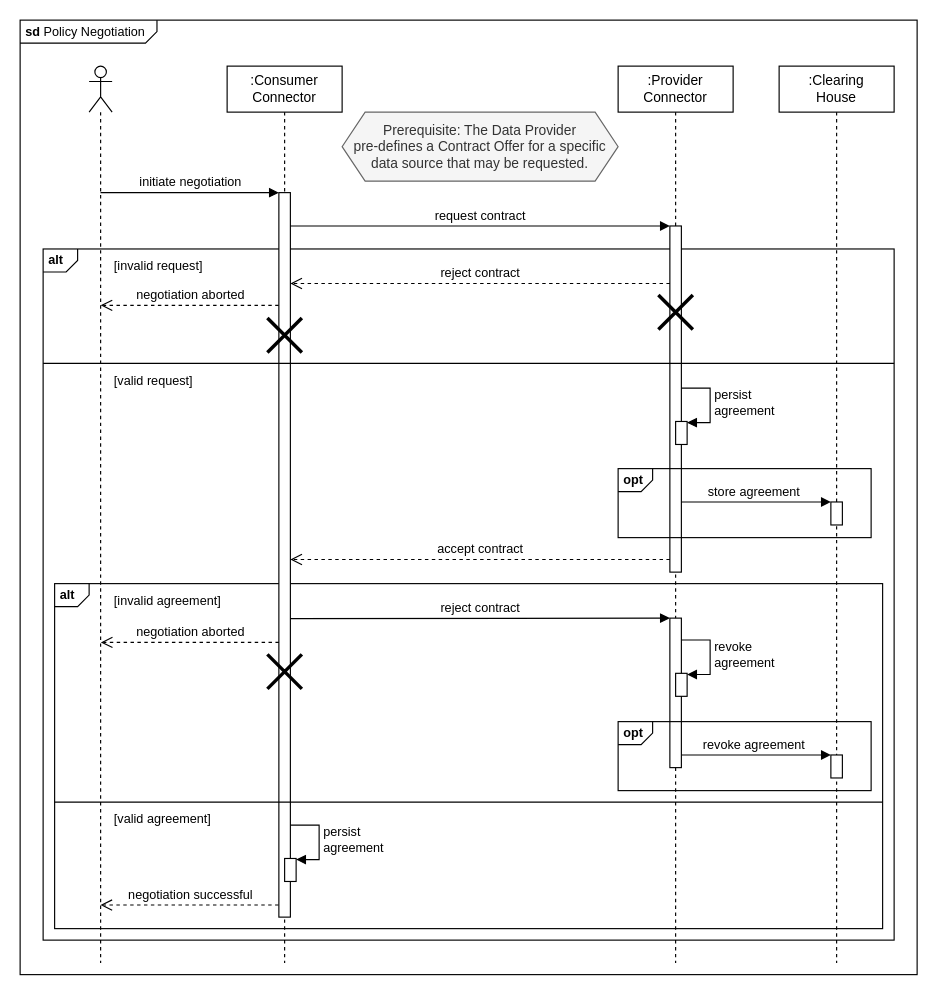
The draw.io diagram documentation/3_Layers_of_the_Reference_Architecture_Model/3_3_Process_Layer/media/policy-negotiation-sequence-1.drawio in International-Data-Spaces-Association/IDS-RAM_4_0, before the edit. Source tidied: cells renumbered, new cells numbered last; positions are measured from the earlier drawing's top-left corner, leaving out a move shared by most shapes. Both pictures are drawn from the tidied source at 115%, with x=0, y=0 at pixel (20, 20).
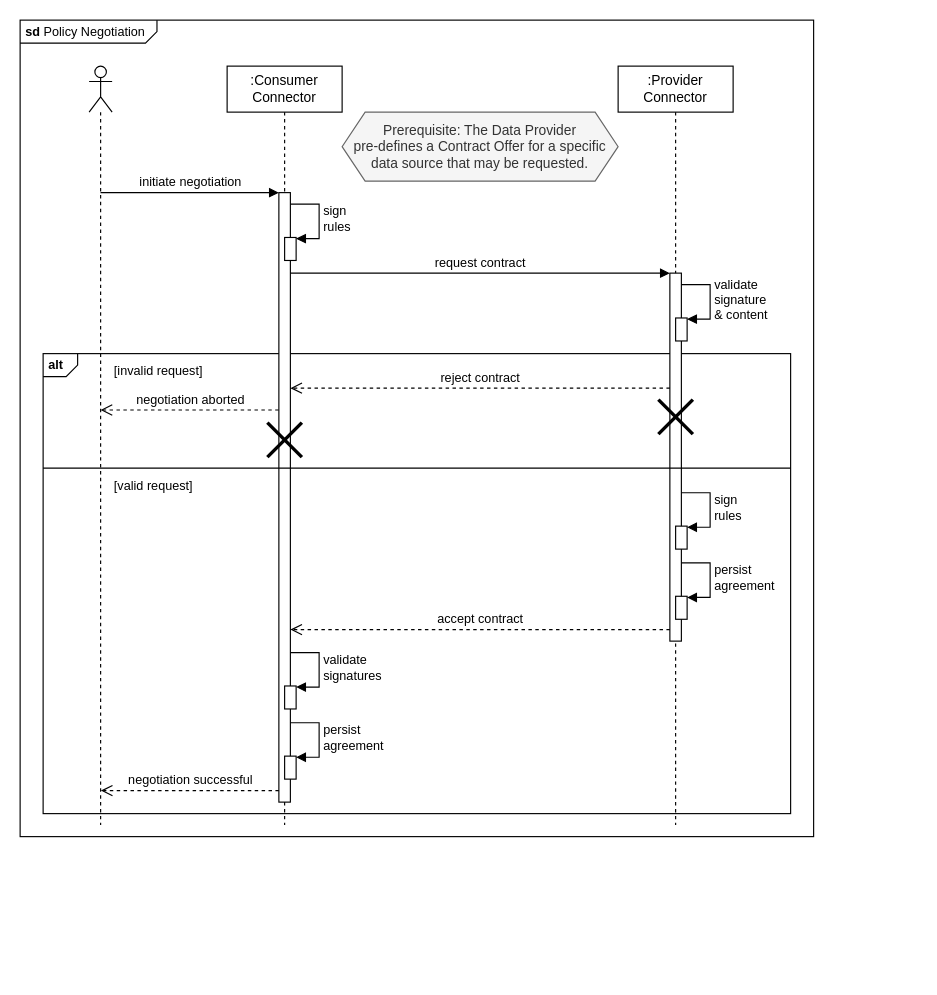
The same page after the edit.

Commit message (it also covers changes not shown here):
chore: update sequence diagrams

Diff of the diagram source:
```diff
@@
     <mxCell id="2" value="&lt;p style=&quot;margin: 0px ; margin-top: 4px ; margin-left: 5px ; text-align: left&quot;&gt;&lt;b&gt;sd&lt;/b&gt;  Policy Negotiation&lt;/p&gt;" style="html=1;shape=mxgraph.sysml.package;overflow=fill;labelX=119.69;align=left;spacingLeft=5;verticalAlign=top;spacingTop=-3;fontSize=11;fillColor=none;" parent="1" vertex="1">
-      <mxGeometry width="780" height="830" as="geometry" />
+      <mxGeometry width="690" height="710" as="geometry" />
     </mxCell>
-    <mxCell id="3" value=":Clearing&lt;br&gt;House" style="shape=umlLifeline;perimeter=lifelinePerimeter;whiteSpace=wrap;html=1;" parent="1" vertex="1">
-      <mxGeometry x="660" y="40" width="100" height="780" as="geometry" />
-    </mxCell>
-    <mxCell id="4" style="html=1;perimeter=orthogonalPerimeter;fontSize=11;fillColor=#FFFFFF;gradientColor=none;" parent="3" vertex="1">
-      <mxGeometry x="45" y="379" width="10" height="20" as="geometry" />
-    </mxCell>
-    <mxCell id="5" value="store agreement" style="html=1;verticalAlign=bottom;endArrow=block;entryX=0;entryY=0;rounded=0;fontSize=11;" parent="1" edge="1">
-      <mxGeometry relative="1" as="geometry">
-        <mxPoint x="569.9" y="419" as="sourcePoint" />
-        <mxPoint x="705" y="419" as="targetPoint" />
-      </mxGeometry>
-    </mxCell>
     <mxCell id="6" value="&lt;p style=&quot;margin: 4px 0px 0px 5px ; text-align: left ; font-size: 11px&quot;&gt;&lt;b&gt;alt&amp;nbsp;&lt;/b&gt;&lt;/p&gt;" style="html=1;shape=mxgraph.sysml.package;overflow=fill;labelX=30.42;align=left;spacingLeft=5;verticalAlign=top;spacingTop=-3;gradientColor=none;fillColor=none;fontSize=11;" parent="1" vertex="1">
-      <mxGeometry x="20" y="199" width="740" height="601" as="geometry" />
+      <mxGeometry x="20" y="290" width="650" height="400" as="geometry" />
     </mxCell>
     <mxCell id="7" style="shape=umlLifeline;participant=umlActor;perimeter=lifelinePerimeter;whiteSpace=wrap;html=1;verticalAlign=top;spacingTop=36;" parent="1" vertex="1">
-      <mxGeometry x="60" y="40" width="20" height="780" as="geometry" />
+      <mxGeometry x="60" y="40" width="20" height="660" as="geometry" />
     </mxCell>
     <mxCell id="8" value=":Consumer&lt;br&gt;Connector" style="shape=umlLifeline;perimeter=lifelinePerimeter;whiteSpace=wrap;html=1;" parent="1" vertex="1">
-      <mxGeometry x="180" y="40" width="100" height="780" as="geometry" />
+      <mxGeometry x="180" y="40" width="100" height="660" as="geometry" />
     </mxCell>
-    <mxCell id="9" value="&lt;p style=&quot;margin: 4px 0px 0px 5px ; text-align: left ; font-size: 11px&quot;&gt;&lt;b&gt;alt&amp;nbsp;&lt;/b&gt;&lt;br&gt;&lt;/p&gt;" style="html=1;shape=mxgraph.sysml.package;overflow=fill;labelX=30.42;align=left;spacingLeft=5;verticalAlign=top;spacingTop=-3;gradientColor=none;fillColor=none;fontSize=11;" parent="8" vertex="1">
-      <mxGeometry x="-150" y="450" width="720" height="300" as="geometry" />
-    </mxCell>
     <mxCell id="10" style="html=1;points=[];perimeter=orthogonalPerimeter;" parent="8" vertex="1">
-      <mxGeometry x="45" y="110" width="10" height="630" as="geometry" />
+      <mxGeometry x="45" y="110" width="10" height="530" as="geometry" />
     </mxCell>
-    <mxCell id="11" style="shape=umlDestroy;whiteSpace=wrap;html=1;strokeWidth=3;fontSize=11;fillColor=#FFFFFF;gradientColor=none;" parent="8" vertex="1">
-      <mxGeometry x="35" y="511.5" width="30" height="30" as="geometry" />
-    </mxCell>
-    <mxCell id="12" value="negotiation aborted" style="html=1;verticalAlign=bottom;endArrow=open;dashed=1;endSize=8;rounded=0;exitX=-0.031;exitY=0.975;exitDx=0;exitDy=0;exitPerimeter=0;" parent="8" edge="1">
-      <mxGeometry relative="1" as="geometry">
-        <mxPoint x="45" y="501.1" as="sourcePoint" />
-        <mxPoint x="-109.8" y="501.1" as="targetPoint" />
-      </mxGeometry>
-    </mxCell>
-    <mxCell id="13" style="endArrow=none;html=1;rounded=0;exitX=0;exitY=0.5;exitDx=0;exitDy=0;exitPerimeter=0;entryX=1;entryY=0.5;entryDx=0;entryDy=0;entryPerimeter=0;" parent="8" edge="1">
-      <mxGeometry relative="1" as="geometry">
-        <mxPoint x="-150" y="640" as="sourcePoint" />
-        <mxPoint x="570" y="640" as="targetPoint" />
-      </mxGeometry>
-    </mxCell>
-    <mxCell id="14" value="&lt;font style=&quot;font-size: 11px&quot;&gt;[invalid agreement]&lt;/font&gt;" style="text;html=1;strokeColor=none;fillColor=none;align=left;verticalAlign=middle;whiteSpace=wrap;rounded=0;fontSize=11;" parent="8" vertex="1">
-      <mxGeometry x="-100" y="450" width="100" height="30" as="geometry" />
-    </mxCell>
-    <mxCell id="15" style="html=1;perimeter=orthogonalPerimeter;fontSize=11;fillColor=#FFFFFF;gradientColor=none;" parent="8" vertex="1">
-      <mxGeometry x="50" y="689" width="10" height="20" as="geometry" />
-    </mxCell>
-    <mxCell id="16" value="persist&lt;br&gt;agreement" style="edgeStyle=orthogonalEdgeStyle;html=1;align=left;spacingLeft=2;endArrow=block;rounded=0;entryX=1;entryY=0;fontSize=11;" parent="8" edge="1">
-      <mxGeometry relative="1" as="geometry">
-        <mxPoint x="55" y="660" as="sourcePoint" />
-        <mxPoint x="60" y="690" as="targetPoint" />
-        <Array as="points">
-          <mxPoint x="80" y="660" />
-        </Array>
-      </mxGeometry>
-    </mxCell>
+    <mxCell id="42" style="html=1;perimeter=orthogonalPerimeter;fontSize=11;fillColor=#FFFFFF;gradientColor=none;" parent="8" vertex="1">
+      <mxGeometry x="50" y="149" width="10" height="20" as="geometry" />
+    </mxCell>
+    <mxCell id="43" value="sign&lt;br&gt;rules" style="edgeStyle=orthogonalEdgeStyle;html=1;align=left;spacingLeft=2;endArrow=block;rounded=0;entryX=1;entryY=0;fontSize=11;" parent="8" edge="1">
+      <mxGeometry relative="1" as="geometry">
+        <mxPoint x="55" y="120" as="sourcePoint" />
+        <mxPoint x="60" y="150" as="targetPoint" />
+        <Array as="points">
+          <mxPoint x="80" y="120" />
+        </Array>
+      </mxGeometry>
+    </mxCell>
+    <mxCell id="44" style="html=1;perimeter=orthogonalPerimeter;fontSize=11;fillColor=#FFFFFF;gradientColor=none;" parent="8" vertex="1">
+      <mxGeometry x="50" y="539" width="10" height="20" as="geometry" />
+    </mxCell>
+    <mxCell id="45" value="validate&lt;br&gt;signatures" style="edgeStyle=orthogonalEdgeStyle;html=1;align=left;spacingLeft=2;endArrow=block;rounded=0;entryX=1;entryY=0;fontSize=11;" parent="8" edge="1">
+      <mxGeometry relative="1" as="geometry">
+        <mxPoint x="55" y="510" as="sourcePoint" />
+        <mxPoint x="60" y="540" as="targetPoint" />
+        <Array as="points">
+          <mxPoint x="80" y="510" />
+        </Array>
+      </mxGeometry>
+    </mxCell>
+    <mxCell id="46" style="html=1;perimeter=orthogonalPerimeter;fontSize=11;fillColor=#FFFFFF;gradientColor=none;" parent="8" vertex="1">
+      <mxGeometry x="50" y="600" width="10" height="20" as="geometry" />
+    </mxCell>
+    <mxCell id="47" value="persist&lt;br&gt;agreement" style="edgeStyle=orthogonalEdgeStyle;html=1;align=left;spacingLeft=2;endArrow=block;rounded=0;entryX=1;entryY=0;fontSize=11;" parent="8" edge="1">
+      <mxGeometry relative="1" as="geometry">
+        <mxPoint x="55" y="571" as="sourcePoint" />
+        <mxPoint x="60" y="601" as="targetPoint" />
+        <Array as="points">
+          <mxPoint x="80" y="571" />
+        </Array>
+      </mxGeometry>
+    </mxCell>
+    <mxCell id="28" value="negotiation successful" style="html=1;verticalAlign=bottom;endArrow=open;dashed=1;endSize=8;rounded=0;exitX=-0.031;exitY=0.975;exitDx=0;exitDy=0;exitPerimeter=0;" parent="8" edge="1">
+      <mxGeometry relative="1" as="geometry">
+        <mxPoint x="45" y="630" as="sourcePoint" />
+        <mxPoint x="-109.8" y="630" as="targetPoint" />
+      </mxGeometry>
+    </mxCell>
     <mxCell id="17" value=":Provider&lt;br&gt;Connector" style="shape=umlLifeline;perimeter=lifelinePerimeter;whiteSpace=wrap;html=1;" parent="1" vertex="1">
-      <mxGeometry x="520" y="40" width="100" height="780" as="geometry" />
+      <mxGeometry x="520" y="40" width="100" height="660" as="geometry" />
     </mxCell>
-    <mxCell id="18" value="revoke agreement" style="html=1;verticalAlign=bottom;endArrow=block;entryX=0;entryY=0;rounded=0;fontSize=11;" parent="17" edge="1">
-      <mxGeometry relative="1" as="geometry">
-        <mxPoint x="49.9" y="599" as="sourcePoint" />
-        <mxPoint x="185" y="599" as="targetPoint" />
-      </mxGeometry>
-    </mxCell>
     <mxCell id="19" style="html=1;points=[];perimeter=orthogonalPerimeter;" parent="17" vertex="1">
-      <mxGeometry x="45" y="139" width="10" height="301" as="geometry" />
+      <mxGeometry x="45" y="180" width="10" height="320" as="geometry" />
     </mxCell>
-    <mxCell id="20" style="html=1;perimeter=orthogonalPerimeter;fontSize=11;" parent="17" vertex="1">
-      <mxGeometry x="45" y="480" width="10" height="130" as="geometry" />
-    </mxCell>
-    <mxCell id="21" value="reject contract" style="html=1;verticalAlign=bottom;endArrow=block;rounded=0;fontSize=11;startSize=6;exitX=1;exitY=0.601;exitDx=0;exitDy=0;exitPerimeter=0;" parent="17" edge="1">
-      <mxGeometry relative="1" as="geometry">
-        <mxPoint x="-285" y="480.4" as="sourcePoint" />
-        <mxPoint x="45" y="480" as="targetPoint" />
-      </mxGeometry>
-    </mxCell>
-    <mxCell id="22" value="&lt;p style=&quot;margin: 0px ; margin-top: 4px ; margin-left: 5px ; text-align: left&quot;&gt;&lt;b&gt;opt&lt;/b&gt;&lt;/p&gt;" style="html=1;shape=mxgraph.sysml.package;overflow=fill;labelX=30.97;align=left;spacingLeft=5;verticalAlign=top;spacingTop=-3;fontSize=11;fillColor=none;" parent="17" vertex="1">
-      <mxGeometry y="570" width="220" height="60" as="geometry" />
-    </mxCell>
-    <mxCell id="23" style="html=1;perimeter=orthogonalPerimeter;fontSize=11;fillColor=#FFFFFF;gradientColor=none;" parent="17" vertex="1">
-      <mxGeometry x="185" y="599" width="10" height="20" as="geometry" />
-    </mxCell>
     <mxCell id="24" style="html=1;perimeter=orthogonalPerimeter;fontSize=11;fillColor=#FFFFFF;gradientColor=none;" parent="17" vertex="1">
-      <mxGeometry x="50" y="309" width="10" height="20" as="geometry" />
+      <mxGeometry x="50" y="400" width="10" height="20" as="geometry" />
     </mxCell>
-    <mxCell id="25" value="persist&lt;br&gt;agreement" style="edgeStyle=orthogonalEdgeStyle;html=1;align=left;spacingLeft=2;endArrow=block;rounded=0;entryX=1;entryY=0;fontSize=11;" parent="17" edge="1">
+    <mxCell id="25" value="sign&lt;br&gt;rules" style="edgeStyle=orthogonalEdgeStyle;html=1;align=left;spacingLeft=2;endArrow=block;rounded=0;entryX=1;entryY=0;fontSize=11;" parent="17" edge="1">
       <mxGeometry relative="1" as="geometry">
-        <mxPoint x="55" y="280" as="sourcePoint" />
-        <mxPoint x="60" y="310" as="targetPoint" />
+        <mxPoint x="55" y="371" as="sourcePoint" />
+        <mxPoint x="60" y="401" as="targetPoint" />
         <Array as="points">
-          <mxPoint x="80" y="280" />
+          <mxPoint x="80" y="371" />
         </Array>
       </mxGeometry>
     </mxCell>
+    <mxCell id="48" style="html=1;perimeter=orthogonalPerimeter;fontSize=11;fillColor=#FFFFFF;gradientColor=none;" parent="17" vertex="1">
+      <mxGeometry x="50" y="219" width="10" height="20" as="geometry" />
+    </mxCell>
+    <mxCell id="49" value="validate&lt;br&gt;signature&lt;br&gt;&amp;amp; content" style="edgeStyle=orthogonalEdgeStyle;html=1;align=left;spacingLeft=2;endArrow=block;rounded=0;entryX=1;entryY=0;fontSize=11;" parent="17" edge="1">
+      <mxGeometry relative="1" as="geometry">
+        <mxPoint x="55" y="190" as="sourcePoint" />
+        <mxPoint x="60" y="220" as="targetPoint" />
+        <Array as="points">
+          <mxPoint x="80" y="190" />
+        </Array>
+      </mxGeometry>
+    </mxCell>
+    <mxCell id="50" style="html=1;perimeter=orthogonalPerimeter;fontSize=11;fillColor=#FFFFFF;gradientColor=none;" parent="17" vertex="1">
+      <mxGeometry x="50" y="461" width="10" height="20" as="geometry" />
+    </mxCell>
+    <mxCell id="51" value="persist&lt;br&gt;agreement" style="edgeStyle=orthogonalEdgeStyle;html=1;align=left;spacingLeft=2;endArrow=block;rounded=0;entryX=1;entryY=0;fontSize=11;" parent="17" edge="1">
+      <mxGeometry relative="1" as="geometry">
+        <mxPoint x="55" y="432" as="sourcePoint" />
+        <mxPoint x="60" y="462" as="targetPoint" />
+        <Array as="points">
+          <mxPoint x="80" y="432" />
+        </Array>
+      </mxGeometry>
+    </mxCell>
@@
-    <mxCell id="28" value="negotiation successful" style="html=1;verticalAlign=bottom;endArrow=open;dashed=1;endSize=8;rounded=0;exitX=-0.031;exitY=0.975;exitDx=0;exitDy=0;exitPerimeter=0;" parent="1" edge="1">
-      <mxGeometry relative="1" as="geometry">
-        <mxPoint x="224.7" y="769.5" as="sourcePoint" />
-        <mxPoint x="69.9" y="769.5" as="targetPoint" />
-      </mxGeometry>
-    </mxCell>
     <mxCell id="29" value="request contract" style="html=1;verticalAlign=bottom;endArrow=block;entryX=0;entryY=0;rounded=0;" parent="1" edge="1" target="19">
       <mxGeometry relative="1" as="geometry">
-        <mxPoint x="235" y="179" as="sourcePoint" />
+        <mxPoint x="235" y="220" as="sourcePoint" />
       </mxGeometry>
     </mxCell>
-    <mxCell id="30" style="endArrow=none;html=1;rounded=0;exitX=0;exitY=0.25;exitDx=0;exitDy=0;exitPerimeter=0;entryX=1;entryY=0.25;entryDx=0;entryDy=0;entryPerimeter=0;" parent="1" edge="1">
+    <mxCell id="30" style="endArrow=none;html=1;rounded=0;exitX=0;exitY=0.25;exitDx=0;exitDy=0;exitPerimeter=0;strokeWidth=1;entryX=1;entryY=0.25;entryDx=0;entryDy=0;entryPerimeter=0;" parent="1" edge="1">
       <mxGeometry relative="1" as="geometry">
-        <mxPoint x="20" y="298.5" as="sourcePoint" />
-        <mxPoint x="760" y="298.5" as="targetPoint" />
+        <mxPoint x="20" y="389.5" as="sourcePoint" />
+        <mxPoint x="670" y="389.5" as="targetPoint" />
       </mxGeometry>
     </mxCell>
     <mxCell id="31" value="accept contract" style="html=1;verticalAlign=bottom;endArrow=open;dashed=1;endSize=8;exitX=0;exitY=0.95;rounded=0;" parent="1" edge="1">
       <mxGeometry relative="1" as="geometry">
-        <mxPoint x="565" y="469" as="sourcePoint" />
-        <mxPoint x="235" y="469" as="targetPoint" />
+        <mxPoint x="565" y="530" as="sourcePoint" />
+        <mxPoint x="235" y="530" as="targetPoint" />
       </mxGeometry>
     </mxCell>
     <mxCell id="32" value="reject contract" style="html=1;verticalAlign=bottom;endArrow=open;dashed=1;endSize=8;rounded=0;fontSize=11;" parent="1" edge="1">
       <mxGeometry relative="1" as="geometry">
-        <mxPoint x="565" y="229" as="sourcePoint" />
-        <mxPoint x="235" y="229" as="targetPoint" />
+        <mxPoint x="565" y="320" as="sourcePoint" />
+        <mxPoint x="235" y="320" as="targetPoint" />
       </mxGeometry>
     </mxCell>
     <mxCell id="33" style="shape=umlDestroy;whiteSpace=wrap;html=1;strokeWidth=3;fontSize=11;fillColor=#FFFFFF;gradientColor=none;" parent="1" vertex="1">
-      <mxGeometry x="555" y="239" width="30" height="30" as="geometry" />
+      <mxGeometry x="555" y="330" width="30" height="30" as="geometry" />
     </mxCell>
     <mxCell id="34" value="negotiation aborted" style="html=1;verticalAlign=bottom;endArrow=open;dashed=1;endSize=8;rounded=0;exitX=-0.031;exitY=0.975;exitDx=0;exitDy=0;exitPerimeter=0;" parent="1" edge="1">
       <mxGeometry relative="1" as="geometry">
-        <mxPoint x="224.8" y="248" as="sourcePoint" />
-        <mxPoint x="70" y="248" as="targetPoint" />
+        <mxPoint x="224.8" y="339" as="sourcePoint" />
+        <mxPoint x="70" y="339" as="targetPoint" />
       </mxGeometry>
     </mxCell>
     <mxCell id="35" value="&lt;font style=&quot;font-size: 11px;&quot;&gt;[invalid request]&lt;/font&gt;" style="text;html=1;strokeColor=none;fillColor=none;align=left;verticalAlign=middle;whiteSpace=wrap;rounded=0;fontSize=11;" parent="1" vertex="1">
-      <mxGeometry x="80" y="199" width="100" height="30" as="geometry" />
+      <mxGeometry x="80" y="290" width="100" height="30" as="geometry" />
     </mxCell>
     <mxCell id="36" style="shape=umlDestroy;whiteSpace=wrap;html=1;strokeWidth=3;fontSize=11;fillColor=#FFFFFF;gradientColor=none;" parent="1" vertex="1">
-      <mxGeometry x="215" y="259" width="30" height="30" as="geometry" />
+      <mxGeometry x="215" y="350" width="30" height="30" as="geometry" />
     </mxCell>
     <mxCell id="37" value="&lt;font style=&quot;font-size: 11px&quot;&gt;[valid request]&lt;/font&gt;" style="text;html=1;strokeColor=none;fillColor=none;align=left;verticalAlign=middle;whiteSpace=wrap;rounded=0;fontSize=11;" parent="1" vertex="1">
-      <mxGeometry x="80" y="299" width="100" height="30" as="geometry" />
+      <mxGeometry x="80" y="390" width="100" height="30" as="geometry" />
     </mxCell>
-    <mxCell id="38" style="html=1;perimeter=orthogonalPerimeter;fontSize=11;fillColor=#FFFFFF;gradientColor=none;" parent="1" vertex="1">
-      <mxGeometry x="570" y="568" width="10" height="20" as="geometry" />
-    </mxCell>
-    <mxCell id="39" value="revoke&lt;br&gt;agreement" style="edgeStyle=orthogonalEdgeStyle;html=1;align=left;spacingLeft=2;endArrow=block;rounded=0;entryX=1;entryY=0;fontSize=11;" parent="1" edge="1">
-      <mxGeometry relative="1" as="geometry">
-        <mxPoint x="575" y="539" as="sourcePoint" />
-        <mxPoint x="580" y="569" as="targetPoint" />
-        <Array as="points">
-          <mxPoint x="600" y="539" />
-        </Array>
-      </mxGeometry>
-    </mxCell>
-    <mxCell id="40" value="&lt;p style=&quot;margin: 0px ; margin-top: 4px ; margin-left: 5px ; text-align: left&quot;&gt;&lt;b&gt;opt&lt;/b&gt;&lt;/p&gt;" style="html=1;shape=mxgraph.sysml.package;overflow=fill;labelX=30.97;align=left;spacingLeft=5;verticalAlign=top;spacingTop=-3;fontSize=11;fillColor=none;" parent="1" vertex="1">
-      <mxGeometry x="520" y="390" width="220" height="60" as="geometry" />
-    </mxCell>
-    <mxCell id="41" value="&lt;font style=&quot;font-size: 11px&quot;&gt;[valid agreement]&lt;/font&gt;" style="text;html=1;strokeColor=none;fillColor=none;align=left;verticalAlign=middle;whiteSpace=wrap;rounded=0;fontSize=11;" parent="1" vertex="1">
-      <mxGeometry x="80" y="680" width="100" height="30" as="geometry" />
-    </mxCell>
```
